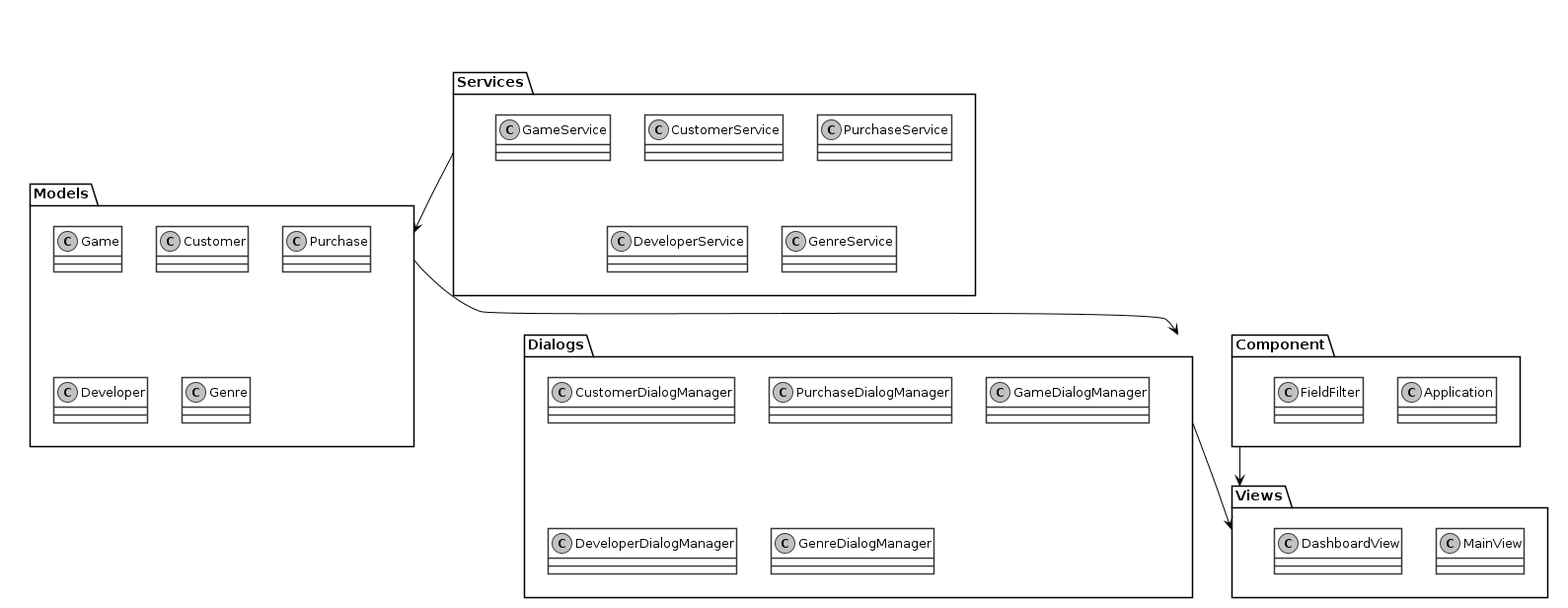
This is module_structure.png from nastolbov/java, a PlantUML export, as it was before one commit. Its source is kept beside it as module_structure.puml.
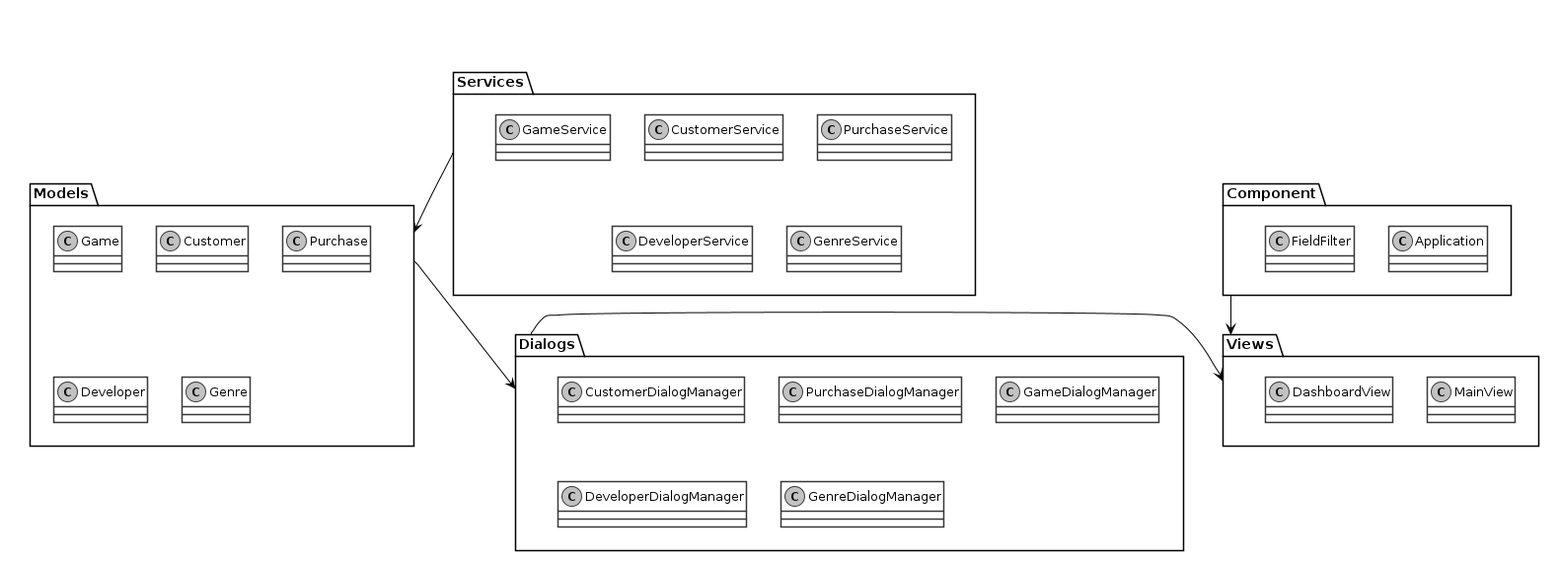
The same diagram one commit later.

Commit message:
Fix Dialogs->Views arrow with explicit directions

https://claude.ai/code/session_01HxFi9w1TCfk5sB3VMjfhJ4

Diff of the diagram source:
```diff
@@ -43,9 +43,9 @@
   class DashboardView
 }
 
-Services --> Models
-Models --> Dialogs
-Dialogs --> Views
-Component --> Views
+Services -down-> Models
+Models -down-> Dialogs
+Dialogs -right-> Views
+Component -down-> Views
 
 @enduml
```
